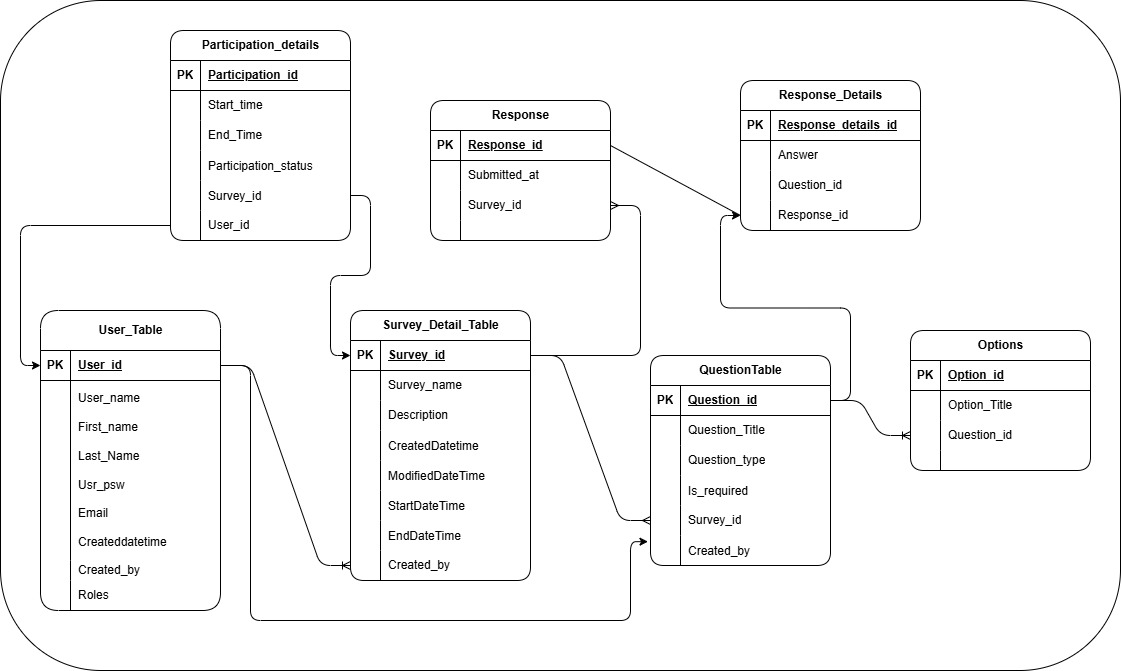
The draw.io diagram Docs/EntityRelationship.png in shubhamnahar/SurveyApp, before a commit. Source tidied: cells renumbered, new cells last; positions are measured from the earlier drawing's top-left corner, leaving out a move shared by most shapes.
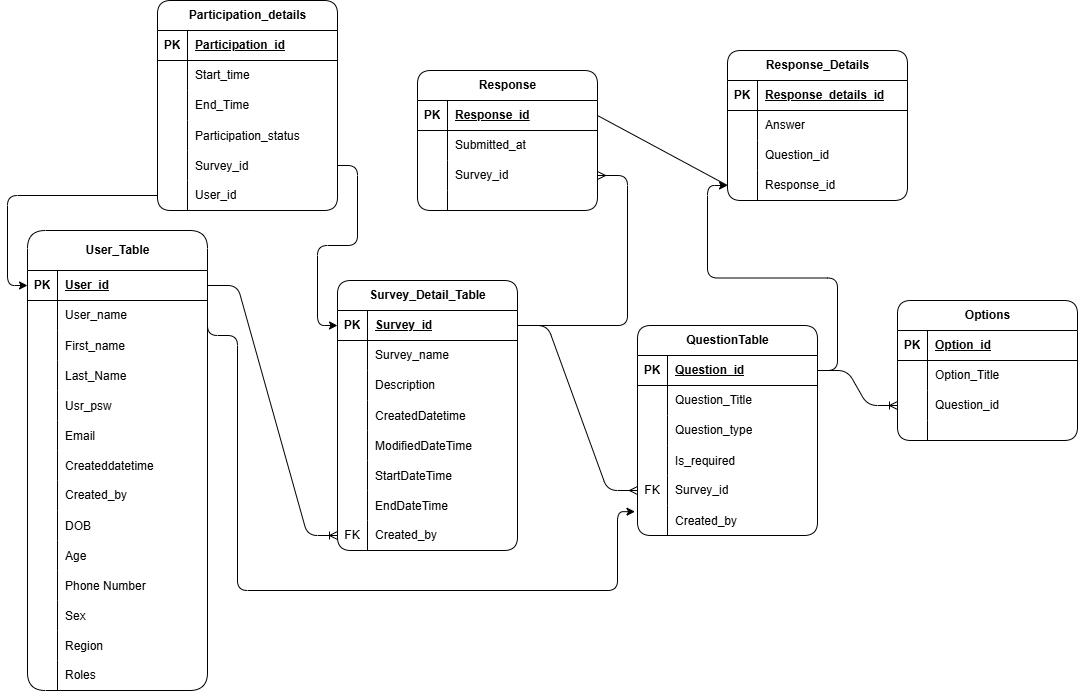
After the change.

Commit message:
Entity Relationship change

The edit, as a diff of the source:
```diff
@@ -2,45 +2,6 @@
   <root>
     <mxCell id="0" />
     <mxCell id="1" parent="0" />
-    <mxCell id="2" value="User_Table" style="shape=table;startSize=40;rowLines=0;fontStyle=1;align=center;html=1;labelBackgroundColor=none;rounded=1;" parent="1" vertex="1">
-      <mxGeometry x="40" y="310" width="180" height="300" as="geometry" />
-    </mxCell>
-    <mxCell id="3" style="shape=tableRow;horizontal=0;startSize=0;swimlaneHead=0;swimlaneBody=0;fillColor=none;points=[[0,0.5],[1,0.5]];portConstraint=eastwest;top=0;left=0;right=0;bottom=1;labelBackgroundColor=none;rounded=1;" parent="2" vertex="1">
-      <mxGeometry y="40" width="180" height="30" as="geometry" />
-    </mxCell>
-    <mxCell id="4" value="PK" style="shape=partialRectangle;fillColor=none;top=0;left=0;bottom=0;right=0;fontStyle=1;overflow=hidden;whiteSpace=wrap;html=1;labelBackgroundColor=none;rounded=1;" parent="3" vertex="1">
-      <mxGeometry width="30" height="30" as="geometry" />
-    </mxCell>
-    <mxCell id="5" value="User_id" style="shape=partialRectangle;fillColor=none;top=0;left=0;bottom=0;right=0;align=left;spacingLeft=6;fontStyle=5;overflow=hidden;whiteSpace=wrap;html=1;labelBackgroundColor=none;rounded=1;" parent="3" vertex="1">
-      <mxGeometry x="30" width="150" height="30" as="geometry" />
-    </mxCell>
-    <mxCell id="6" style="shape=tableRow;horizontal=0;startSize=0;swimlaneHead=0;swimlaneBody=0;fillColor=none;top=0;left=0;right=0;bottom=0;labelBackgroundColor=none;rounded=1;" parent="2" vertex="1">
-      <mxGeometry y="70" width="180" height="180" as="geometry" />
-    </mxCell>
-    <mxCell id="7" style="shape=partialRectangle;fillColor=none;top=0;left=0;bottom=0;right=0;overflow=hidden;whiteSpace=wrap;html=1;labelBackgroundColor=none;rounded=1;" parent="6" vertex="1">
-      <mxGeometry width="30" height="180" as="geometry" />
-    </mxCell>
-    <mxCell id="8" value="&lt;span style=&quot;background-color: transparent; color: light-dark(rgb(0, 0, 0), rgb(255, 255, 255));&quot;&gt;User_name&lt;/span&gt;&lt;br&gt;&lt;br&gt;&lt;span style=&quot;background-color: transparent; color: light-dark(rgb(0, 0, 0), rgb(255, 255, 255));&quot;&gt;First_name&lt;/span&gt;&lt;br&gt;&lt;blockquote style=&quot;margin: 0 0 0 40px; border: none; padding: 0px;&quot;&gt;&lt;br&gt;&lt;/blockquote&gt;&lt;span style=&quot;background-color: transparent; color: light-dark(rgb(0, 0, 0), rgb(255, 255, 255));&quot;&gt;Last_Name&lt;/span&gt;&lt;br&gt;&lt;blockquote style=&quot;margin: 0 0 0 40px; border: none; padding: 0px;&quot;&gt;&lt;br&gt;&lt;/blockquote&gt;&lt;span style=&quot;background-color: transparent; color: light-dark(rgb(0, 0, 0), rgb(255, 255, 255));&quot;&gt;Usr_psw&lt;/span&gt;&lt;br&gt;&lt;blockquote style=&quot;margin: 0 0 0 40px; border: none; padding: 0px;&quot;&gt;&lt;br&gt;&lt;/blockquote&gt;&lt;span style=&quot;background-color: transparent; color: light-dark(rgb(0, 0, 0), rgb(255, 255, 255));&quot;&gt;Email&lt;/span&gt;&lt;br&gt;&lt;blockquote style=&quot;margin: 0 0 0 40px; border: none; padding: 0px;&quot;&gt;&lt;br&gt;&lt;/blockquote&gt;&lt;span style=&quot;background-color: transparent; color: light-dark(rgb(0, 0, 0), rgb(255, 255, 255));&quot;&gt;Createddatetime&lt;/span&gt;" style="shape=partialRectangle;fillColor=none;top=0;left=0;bottom=0;right=0;align=left;spacingLeft=6;overflow=hidden;whiteSpace=wrap;html=1;labelBackgroundColor=none;rounded=1;" parent="6" vertex="1">
-      <mxGeometry x="30" width="150" height="180" as="geometry" />
-    </mxCell>
-    <mxCell id="9" style="shape=tableRow;horizontal=0;startSize=0;swimlaneHead=0;swimlaneBody=0;fillColor=none;top=0;left=0;right=0;bottom=0;labelBackgroundColor=none;rounded=1;" parent="2" vertex="1">
-      <mxGeometry y="250" width="180" height="20" as="geometry" />
-    </mxCell>
-    <mxCell id="10" style="shape=partialRectangle;fillColor=none;top=0;left=0;bottom=0;right=0;overflow=hidden;whiteSpace=wrap;html=1;labelBackgroundColor=none;rounded=1;" parent="9" vertex="1">
-      <mxGeometry width="30" height="20" as="geometry" />
-    </mxCell>
-    <mxCell id="11" value="&lt;div&gt;&lt;span style=&quot;background-color: transparent; color: light-dark(rgb(0, 0, 0), rgb(255, 255, 255));&quot;&gt;Created_by&lt;/span&gt;&lt;/div&gt;" style="shape=partialRectangle;fillColor=none;top=0;left=0;bottom=0;right=0;align=left;spacingLeft=6;overflow=hidden;whiteSpace=wrap;html=1;labelBackgroundColor=none;rounded=1;" parent="9" vertex="1">
-      <mxGeometry x="30" width="150" height="20" as="geometry" />
-    </mxCell>
-    <mxCell id="12" style="shape=tableRow;horizontal=0;startSize=0;swimlaneHead=0;swimlaneBody=0;fillColor=none;top=0;left=0;right=0;bottom=0;labelBackgroundColor=none;rounded=1;" parent="2" vertex="1">
-      <mxGeometry y="270" width="180" height="30" as="geometry" />
-    </mxCell>
-    <mxCell id="13" style="shape=partialRectangle;fillColor=none;top=0;left=0;bottom=0;right=0;overflow=hidden;whiteSpace=wrap;html=1;labelBackgroundColor=none;rounded=1;" parent="12" vertex="1">
-      <mxGeometry width="30" height="30" as="geometry" />
-    </mxCell>
-    <mxCell id="14" value="Roles" style="shape=partialRectangle;fillColor=none;top=0;left=0;bottom=0;right=0;align=left;spacingLeft=6;overflow=hidden;whiteSpace=wrap;html=1;labelBackgroundColor=none;rounded=1;" parent="12" vertex="1">
-      <mxGeometry x="30" width="150" height="30" as="geometry" />
-    </mxCell>
     <mxCell id="15" value="Survey_Detail_Table" style="shape=table;startSize=30;rowLines=0;fontStyle=1;align=center;html=1;labelBackgroundColor=none;rounded=1;" parent="1" vertex="1">
       <mxGeometry x="350" y="310" width="180" height="270" as="geometry" />
     </mxCell>
@@ -110,7 +71,7 @@
     <mxCell id="37" style="shape=tableRow;horizontal=0;startSize=0;swimlaneHead=0;swimlaneBody=0;fillColor=none;points=[[0,0.5],[1,0.5]];portConstraint=eastwest;top=0;left=0;right=0;bottom=0;labelBackgroundColor=none;rounded=1;" parent="15" vertex="1">
       <mxGeometry y="240" width="180" height="30" as="geometry" />
     </mxCell>
-    <mxCell id="38" style="shape=partialRectangle;fillColor=none;top=0;left=0;bottom=0;right=0;overflow=hidden;whiteSpace=wrap;html=1;labelBackgroundColor=none;rounded=1;" parent="37" vertex="1">
+    <mxCell id="38" value="FK" style="shape=partialRectangle;fillColor=none;top=0;left=0;bottom=0;right=0;overflow=hidden;whiteSpace=wrap;html=1;labelBackgroundColor=none;rounded=1;" parent="37" vertex="1">
       <mxGeometry width="30" height="30" as="geometry" />
     </mxCell>
     <mxCell id="39" value="Created_by" style="shape=partialRectangle;fillColor=none;top=0;left=0;bottom=0;right=0;align=left;spacingLeft=6;overflow=hidden;whiteSpace=wrap;html=1;labelBackgroundColor=none;rounded=1;" parent="37" vertex="1">
@@ -158,7 +119,7 @@
     <mxCell id="53" style="shape=tableRow;horizontal=0;startSize=0;swimlaneHead=0;swimlaneBody=0;fillColor=none;points=[[0,0.5],[1,0.5]];portConstraint=eastwest;top=0;left=0;right=0;bottom=0;labelBackgroundColor=none;rounded=1;" parent="40" vertex="1">
       <mxGeometry y="150" width="180" height="30" as="geometry" />
     </mxCell>
-    <mxCell id="54" style="shape=partialRectangle;fillColor=none;top=0;left=0;bottom=0;right=0;overflow=hidden;whiteSpace=wrap;html=1;labelBackgroundColor=none;rounded=1;" parent="53" vertex="1">
+    <mxCell id="54" value="FK" style="shape=partialRectangle;fillColor=none;top=0;left=0;bottom=0;right=0;overflow=hidden;whiteSpace=wrap;html=1;labelBackgroundColor=none;rounded=1;" parent="53" vertex="1">
       <mxGeometry width="30" height="30" as="geometry" />
     </mxCell>
     <mxCell id="55" value="Survey_id" style="shape=partialRectangle;fillColor=none;top=0;left=0;bottom=0;right=0;align=left;spacingLeft=6;overflow=hidden;whiteSpace=wrap;html=1;labelBackgroundColor=none;rounded=1;" parent="53" vertex="1">
@@ -390,8 +351,134 @@
     <mxCell id="125" style="edgeStyle=orthogonalEdgeStyle;rounded=1;jettySize=auto;html=1;exitX=0;exitY=0.5;exitDx=0;exitDy=0;entryX=0;entryY=0.5;entryDx=0;entryDy=0;labelBackgroundColor=none;fontColor=default;" parent="1" edge="1" source="75" target="3">
       <mxGeometry relative="1" as="geometry" />
     </mxCell>
-    <mxCell id="126" style="whiteSpace=wrap;html=1;rounded=1;fillColor=none;" parent="1" vertex="1">
-      <mxGeometry width="1120" height="670" as="geometry" />
-    </mxCell>
+    <mxCell id="2" value="User_Table" style="shape=table;startSize=40;rowLines=0;fontStyle=1;align=center;html=1;labelBackgroundColor=none;rounded=1;" parent="1" vertex="1">
+      <mxGeometry x="40" y="260" width="180" height="460" as="geometry" />
+    </mxCell>
+    <mxCell id="3" style="shape=tableRow;horizontal=0;startSize=0;swimlaneHead=0;swimlaneBody=0;fillColor=none;points=[[0,0.5],[1,0.5]];portConstraint=eastwest;top=0;left=0;right=0;bottom=1;labelBackgroundColor=none;rounded=1;" parent="2" vertex="1">
+      <mxGeometry y="40" width="180" height="30" as="geometry" />
+    </mxCell>
+    <mxCell id="4" value="PK" style="shape=partialRectangle;fillColor=none;top=0;left=0;bottom=0;right=0;fontStyle=1;overflow=hidden;whiteSpace=wrap;html=1;labelBackgroundColor=none;rounded=1;" parent="3" vertex="1">
+      <mxGeometry width="30" height="30" as="geometry" />
+    </mxCell>
+    <mxCell id="5" value="User_id" style="shape=partialRectangle;fillColor=none;top=0;left=0;bottom=0;right=0;align=left;spacingLeft=6;fontStyle=5;overflow=hidden;whiteSpace=wrap;html=1;labelBackgroundColor=none;rounded=1;" parent="3" vertex="1">
+      <mxGeometry x="30" width="150" height="30" as="geometry" />
+    </mxCell>
+    <mxCell id="6" style="shape=tableRow;horizontal=0;startSize=0;swimlaneHead=0;swimlaneBody=0;fillColor=none;top=0;left=0;right=0;bottom=0;labelBackgroundColor=none;rounded=1;" parent="2" vertex="1">
+      <mxGeometry y="70" width="180" height="30" as="geometry" />
+    </mxCell>
+    <mxCell id="7" style="shape=partialRectangle;fillColor=none;top=0;left=0;bottom=0;right=0;overflow=hidden;whiteSpace=wrap;html=1;labelBackgroundColor=none;rounded=1;" parent="6" vertex="1">
+      <mxGeometry width="30" height="30" as="geometry" />
+    </mxCell>
+    <mxCell id="8" value="&lt;span style=&quot;background-color: transparent; color: light-dark(rgb(0, 0, 0), rgb(255, 255, 255));&quot;&gt;User_name&lt;/span&gt;" style="shape=partialRectangle;fillColor=none;top=0;left=0;bottom=0;right=0;align=left;spacingLeft=6;overflow=hidden;whiteSpace=wrap;html=1;labelBackgroundColor=none;rounded=1;" parent="6" vertex="1">
+      <mxGeometry x="30" width="150" height="30" as="geometry" />
+    </mxCell>
+    <mxCell id="127" style="shape=tableRow;horizontal=0;startSize=0;swimlaneHead=0;swimlaneBody=0;fillColor=none;top=0;left=0;right=0;bottom=0;rounded=1;" parent="2" vertex="1">
+      <mxGeometry y="100" width="180" height="30" as="geometry" />
+    </mxCell>
+    <mxCell id="128" style="shape=partialRectangle;fillColor=none;top=0;left=0;bottom=0;right=0;overflow=hidden;rounded=1;" parent="127" vertex="1">
+      <mxGeometry width="30" height="30" as="geometry" />
+    </mxCell>
+    <mxCell id="129" value="First_name" style="shape=partialRectangle;fillColor=none;top=0;left=0;bottom=0;right=0;align=left;spacingLeft=6;overflow=hidden;rounded=1;" parent="127" vertex="1">
+      <mxGeometry x="30" width="150" height="30" as="geometry" />
+    </mxCell>
+    <mxCell id="130" style="shape=tableRow;horizontal=0;startSize=0;swimlaneHead=0;swimlaneBody=0;fillColor=none;top=0;left=0;right=0;bottom=0;rounded=1;" parent="2" vertex="1">
+      <mxGeometry y="130" width="180" height="30" as="geometry" />
+    </mxCell>
+    <mxCell id="131" style="shape=partialRectangle;fillColor=none;top=0;left=0;bottom=0;right=0;overflow=hidden;rounded=1;" parent="130" vertex="1">
+      <mxGeometry width="30" height="30" as="geometry" />
+    </mxCell>
+    <mxCell id="132" value="Last_Name" style="shape=partialRectangle;fillColor=none;top=0;left=0;bottom=0;right=0;align=left;spacingLeft=6;overflow=hidden;rounded=1;" parent="130" vertex="1">
+      <mxGeometry x="30" width="150" height="30" as="geometry" />
+    </mxCell>
+    <mxCell id="133" style="shape=tableRow;horizontal=0;startSize=0;swimlaneHead=0;swimlaneBody=0;fillColor=none;top=0;left=0;right=0;bottom=0;rounded=1;" parent="2" vertex="1">
+      <mxGeometry y="160" width="180" height="30" as="geometry" />
+    </mxCell>
+    <mxCell id="134" style="shape=partialRectangle;fillColor=none;top=0;left=0;bottom=0;right=0;overflow=hidden;rounded=1;" parent="133" vertex="1">
+      <mxGeometry width="30" height="30" as="geometry" />
+    </mxCell>
+    <mxCell id="135" value="Usr_psw" style="shape=partialRectangle;fillColor=none;top=0;left=0;bottom=0;right=0;align=left;spacingLeft=6;overflow=hidden;rounded=1;" parent="133" vertex="1">
+      <mxGeometry x="30" width="150" height="30" as="geometry" />
+    </mxCell>
+    <mxCell id="136" style="shape=tableRow;horizontal=0;startSize=0;swimlaneHead=0;swimlaneBody=0;fillColor=none;top=0;left=0;right=0;bottom=0;rounded=1;" parent="2" vertex="1">
+      <mxGeometry y="190" width="180" height="30" as="geometry" />
+    </mxCell>
+    <mxCell id="137" style="shape=partialRectangle;fillColor=none;top=0;left=0;bottom=0;right=0;overflow=hidden;rounded=1;" parent="136" vertex="1">
+      <mxGeometry width="30" height="30" as="geometry" />
+    </mxCell>
+    <mxCell id="138" value="Email" style="shape=partialRectangle;fillColor=none;top=0;left=0;bottom=0;right=0;align=left;spacingLeft=6;overflow=hidden;rounded=1;" parent="136" vertex="1">
+      <mxGeometry x="30" width="150" height="30" as="geometry" />
+    </mxCell>
+    <mxCell id="139" style="shape=tableRow;horizontal=0;startSize=0;swimlaneHead=0;swimlaneBody=0;fillColor=none;top=0;left=0;right=0;bottom=0;rounded=1;" parent="2" vertex="1">
+      <mxGeometry y="220" width="180" height="30" as="geometry" />
+    </mxCell>
+    <mxCell id="140" style="shape=partialRectangle;fillColor=none;top=0;left=0;bottom=0;right=0;overflow=hidden;rounded=1;" parent="139" vertex="1">
+      <mxGeometry width="30" height="30" as="geometry" />
+    </mxCell>
+    <mxCell id="141" value="Createddatetime" style="shape=partialRectangle;fillColor=none;top=0;left=0;bottom=0;right=0;align=left;spacingLeft=6;overflow=hidden;rounded=1;" parent="139" vertex="1">
+      <mxGeometry x="30" width="150" height="30" as="geometry" />
+    </mxCell>
+    <mxCell id="9" style="shape=tableRow;horizontal=0;startSize=0;swimlaneHead=0;swimlaneBody=0;fillColor=none;top=0;left=0;right=0;bottom=0;labelBackgroundColor=none;rounded=1;" parent="2" vertex="1">
+      <mxGeometry y="250" width="180" height="30" as="geometry" />
+    </mxCell>
+    <mxCell id="10" style="shape=partialRectangle;fillColor=none;top=0;left=0;bottom=0;right=0;overflow=hidden;whiteSpace=wrap;html=1;labelBackgroundColor=none;rounded=1;" parent="9" vertex="1">
+      <mxGeometry width="30" height="30" as="geometry" />
+    </mxCell>
+    <mxCell id="11" value="&lt;div&gt;&lt;span style=&quot;background-color: transparent; color: light-dark(rgb(0, 0, 0), rgb(255, 255, 255));&quot;&gt;Created_by&lt;/span&gt;&lt;/div&gt;" style="shape=partialRectangle;fillColor=none;top=0;left=0;bottom=0;right=0;align=left;spacingLeft=6;overflow=hidden;whiteSpace=wrap;html=1;labelBackgroundColor=none;rounded=1;" parent="9" vertex="1">
+      <mxGeometry x="30" width="150" height="30" as="geometry" />
+    </mxCell>
+    <mxCell id="142" style="shape=tableRow;horizontal=0;startSize=0;swimlaneHead=0;swimlaneBody=0;fillColor=none;top=0;left=0;right=0;bottom=0;rounded=1;" parent="2" vertex="1">
+      <mxGeometry y="280" width="180" height="30" as="geometry" />
+    </mxCell>
+    <mxCell id="143" style="shape=partialRectangle;fillColor=none;top=0;left=0;bottom=0;right=0;overflow=hidden;rounded=1;" parent="142" vertex="1">
+      <mxGeometry width="30" height="30" as="geometry" />
+    </mxCell>
+    <mxCell id="144" value="DOB" style="shape=partialRectangle;fillColor=none;top=0;left=0;bottom=0;right=0;align=left;spacingLeft=6;overflow=hidden;rounded=1;" parent="142" vertex="1">
+      <mxGeometry x="30" width="150" height="30" as="geometry" />
+    </mxCell>
+    <mxCell id="145" style="shape=tableRow;horizontal=0;startSize=0;swimlaneHead=0;swimlaneBody=0;fillColor=none;top=0;left=0;right=0;bottom=0;rounded=1;" parent="2" vertex="1">
+      <mxGeometry y="310" width="180" height="30" as="geometry" />
+    </mxCell>
+    <mxCell id="146" style="shape=partialRectangle;fillColor=none;top=0;left=0;bottom=0;right=0;overflow=hidden;rounded=1;" parent="145" vertex="1">
+      <mxGeometry width="30" height="30" as="geometry" />
+    </mxCell>
+    <mxCell id="147" value="Age" style="shape=partialRectangle;fillColor=none;top=0;left=0;bottom=0;right=0;align=left;spacingLeft=6;overflow=hidden;rounded=1;" parent="145" vertex="1">
+      <mxGeometry x="30" width="150" height="30" as="geometry" />
+    </mxCell>
+    <mxCell id="148" style="shape=tableRow;horizontal=0;startSize=0;swimlaneHead=0;swimlaneBody=0;fillColor=none;top=0;left=0;right=0;bottom=0;rounded=1;" parent="2" vertex="1">
+      <mxGeometry y="340" width="180" height="30" as="geometry" />
+    </mxCell>
+    <mxCell id="149" style="shape=partialRectangle;fillColor=none;top=0;left=0;bottom=0;right=0;overflow=hidden;rounded=1;" parent="148" vertex="1">
+      <mxGeometry width="30" height="30" as="geometry" />
+    </mxCell>
+    <mxCell id="150" value="Phone Number" style="shape=partialRectangle;fillColor=none;top=0;left=0;bottom=0;right=0;align=left;spacingLeft=6;overflow=hidden;rounded=1;" parent="148" vertex="1">
+      <mxGeometry x="30" width="150" height="30" as="geometry" />
+    </mxCell>
+    <mxCell id="151" style="shape=tableRow;horizontal=0;startSize=0;swimlaneHead=0;swimlaneBody=0;fillColor=none;top=0;left=0;right=0;bottom=0;rounded=1;" parent="2" vertex="1">
+      <mxGeometry y="370" width="180" height="30" as="geometry" />
+    </mxCell>
+    <mxCell id="152" style="shape=partialRectangle;fillColor=none;top=0;left=0;bottom=0;right=0;overflow=hidden;rounded=1;" parent="151" vertex="1">
+      <mxGeometry width="30" height="30" as="geometry" />
+    </mxCell>
+    <mxCell id="153" value="Sex" style="shape=partialRectangle;fillColor=none;top=0;left=0;bottom=0;right=0;align=left;spacingLeft=6;overflow=hidden;rounded=1;" parent="151" vertex="1">
+      <mxGeometry x="30" width="150" height="30" as="geometry" />
+    </mxCell>
+    <mxCell id="154" style="shape=tableRow;horizontal=0;startSize=0;swimlaneHead=0;swimlaneBody=0;fillColor=none;top=0;left=0;right=0;bottom=0;rounded=1;" parent="2" vertex="1">
+      <mxGeometry y="400" width="180" height="30" as="geometry" />
+    </mxCell>
+    <mxCell id="155" style="shape=partialRectangle;fillColor=none;top=0;left=0;bottom=0;right=0;overflow=hidden;rounded=1;" parent="154" vertex="1">
+      <mxGeometry width="30" height="30" as="geometry" />
+    </mxCell>
+    <mxCell id="156" value="Region" style="shape=partialRectangle;fillColor=none;top=0;left=0;bottom=0;right=0;align=left;spacingLeft=6;overflow=hidden;rounded=1;" parent="154" vertex="1">
+      <mxGeometry x="30" width="150" height="30" as="geometry" />
+    </mxCell>
+    <mxCell id="12" style="shape=tableRow;horizontal=0;startSize=0;swimlaneHead=0;swimlaneBody=0;fillColor=none;top=0;left=0;right=0;bottom=0;labelBackgroundColor=none;rounded=1;" parent="2" vertex="1">
+      <mxGeometry y="430" width="180" height="30" as="geometry" />
+    </mxCell>
+    <mxCell id="13" style="shape=partialRectangle;fillColor=none;top=0;left=0;bottom=0;right=0;overflow=hidden;whiteSpace=wrap;html=1;labelBackgroundColor=none;rounded=1;" parent="12" vertex="1">
+      <mxGeometry width="30" height="30" as="geometry" />
+    </mxCell>
+    <mxCell id="14" value="Roles" style="shape=partialRectangle;fillColor=none;top=0;left=0;bottom=0;right=0;align=left;spacingLeft=6;overflow=hidden;whiteSpace=wrap;html=1;labelBackgroundColor=none;rounded=1;" parent="12" vertex="1">
+      <mxGeometry x="30" width="150" height="30" as="geometry" />
+    </mxCell>
   </root>
 </mxGraphModel>
```
